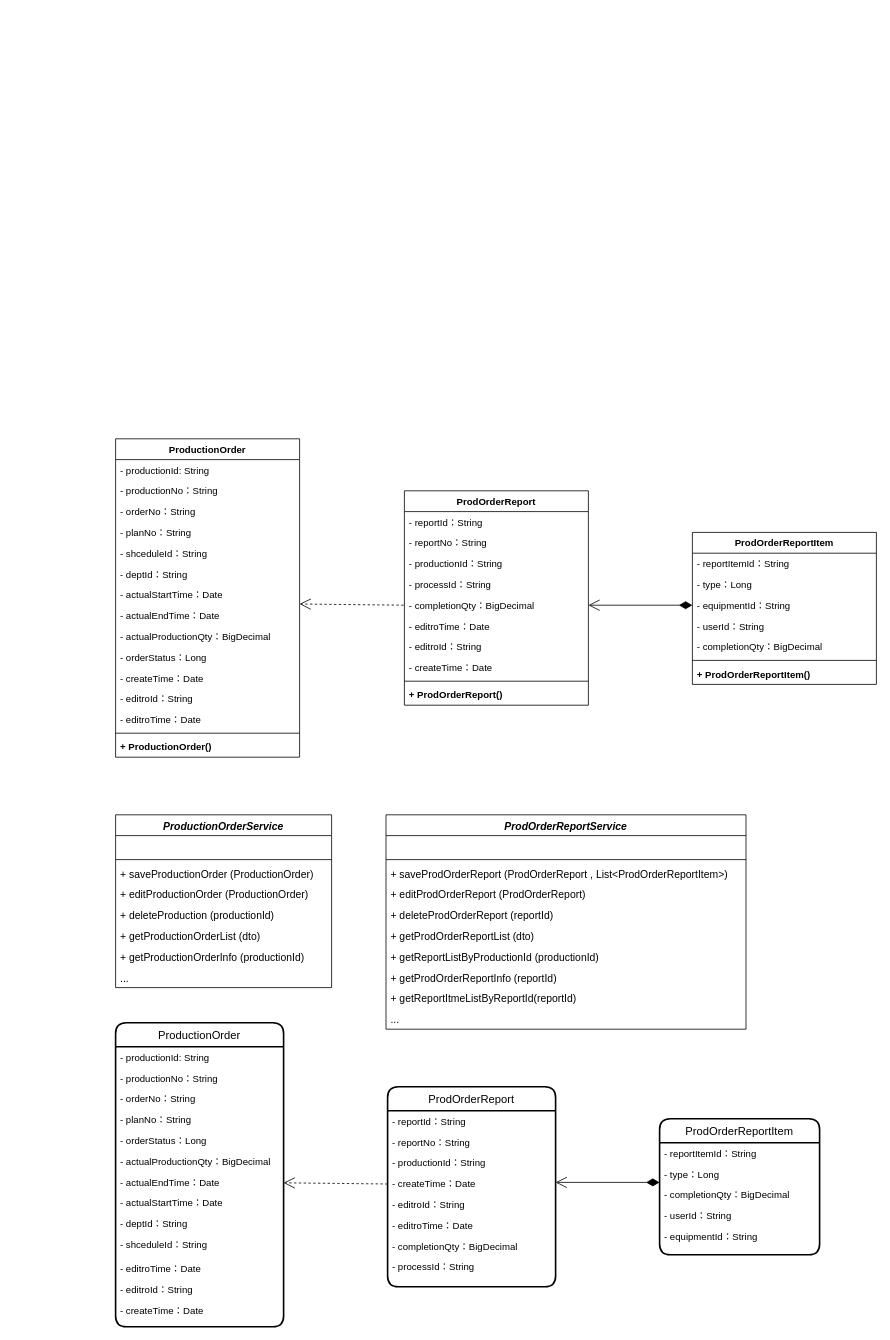
Above: page "领料单" (1 of 4) of 类图.drawio in KNAI-I/test (draw.io), before the change. Source tidied: cells renumbered, new cells numbered last; positions are measured from the earlier drawing's top-left corner, leaving out a move shared by most shapes. Both pictures are drawn from the tidied source at 80%, with x=0, y=0 at pixel (115, 438).
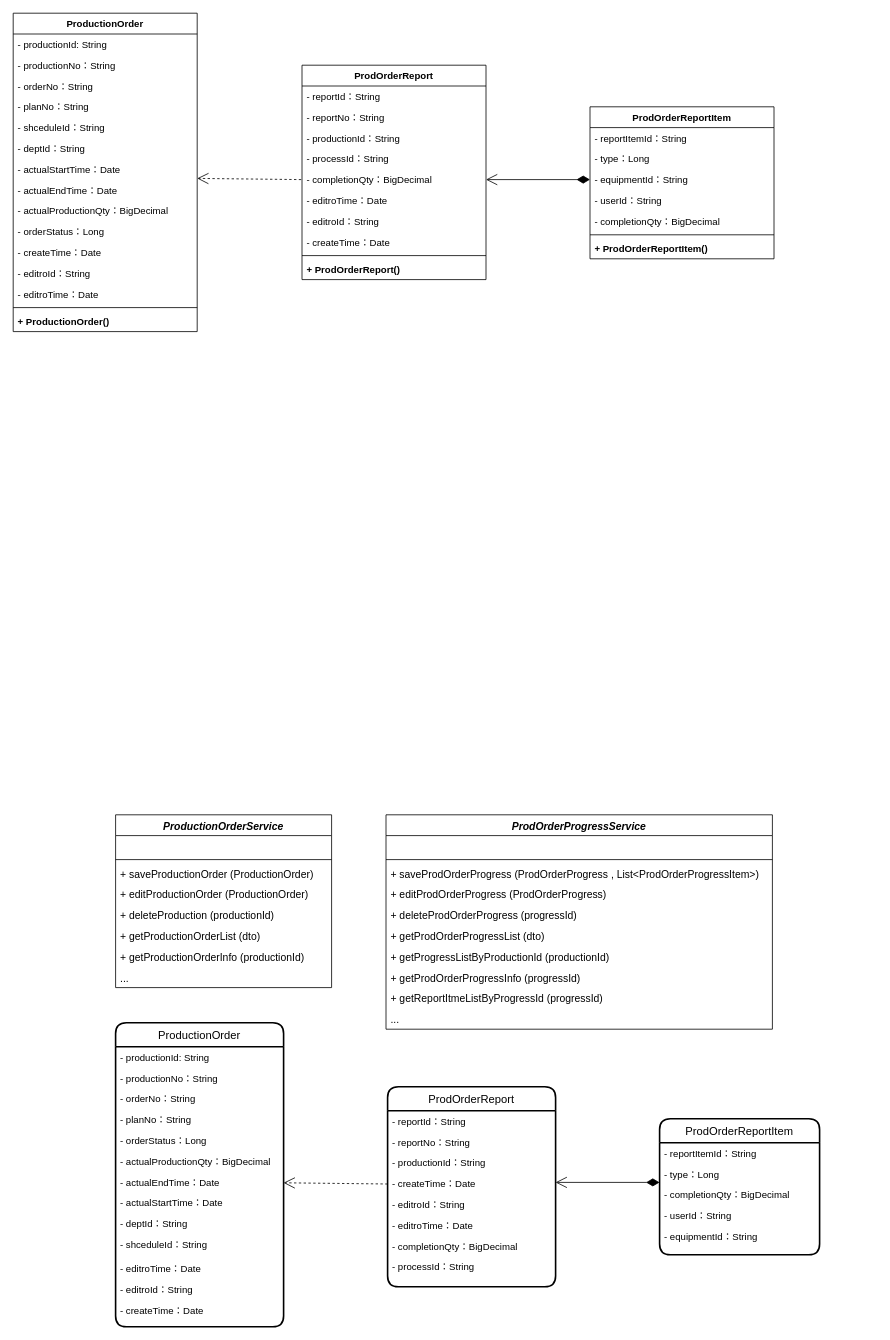
Above is the later version.

Change to the diagram source:
```diff
@@
     <mxCell id="2" value="ProductionOrder" style="swimlane;fontStyle=1;align=center;verticalAlign=top;horizontal=1;startSize=26;" parent="1" vertex="1">
-      <mxGeometry width="230" height="398" as="geometry" />
+      <mxGeometry x="-128" y="-532" width="230" height="398" as="geometry" />
     </mxCell>
@@
     <mxCell id="18" value="ProdOrderReport" style="swimlane;fontStyle=1;align=center;verticalAlign=top;horizontal=1;startSize=26;" parent="1" vertex="1">
-      <mxGeometry x="361" y="65" width="230" height="268" as="geometry" />
+      <mxGeometry x="233" y="-467" width="230" height="268" as="geometry" />
     </mxCell>
@@
     <mxCell id="29" value="ProdOrderReportItem" style="swimlane;fontStyle=1;align=center;verticalAlign=top;horizontal=1;startSize=26;" parent="1" vertex="1">
-      <mxGeometry x="721" y="117" width="230" height="190" as="geometry" />
+      <mxGeometry x="593" y="-415" width="230" height="190" as="geometry" />
     </mxCell>
@@
     <mxCell id="38" style="endArrow=open;endSize=12;dashed=1;html=1;rounded=0;fontSize=13;" parent="1" edge="1">
       <mxGeometry x="0.08" y="-37" relative="1" as="geometry">
-        <mxPoint x="360" y="208" as="sourcePoint" />
-        <mxPoint x="230" y="206.5" as="targetPoint" />
+        <mxPoint x="232" y="-324" as="sourcePoint" />
+        <mxPoint x="102" y="-325.5" as="targetPoint" />
       </mxGeometry>
     </mxCell>
@@
-    <mxCell id="48" value="ProdOrderReportService" style="swimlane;fontStyle=3;align=center;verticalAlign=top;horizontal=1;startSize=26;fontSize=13;" parent="1" vertex="1">
-      <mxGeometry x="338" y="470" width="450" height="268" as="geometry" />
+    <mxCell id="48" value="ProdOrderProgressService" style="swimlane;fontStyle=3;align=center;verticalAlign=top;horizontal=1;startSize=26;fontSize=13;" parent="1" vertex="1">
+      <mxGeometry x="338" y="470" width="483" height="268" as="geometry" />
     </mxCell>
     <mxCell id="49" value=" " style="text;strokeColor=none;fillColor=none;align=left;verticalAlign=top;spacingLeft=4;spacingRight=4;overflow=hidden;fontSize=13;" parent="48" vertex="1">
-      <mxGeometry y="26" width="450" height="26" as="geometry" />
+      <mxGeometry y="26" width="483" height="26" as="geometry" />
     </mxCell>
     <mxCell id="50" style="line;strokeWidth=1;fillColor=none;align=left;verticalAlign=middle;spacingTop=-1;spacingLeft=3;spacingRight=3;labelPosition=right;fontSize=13;" parent="48" vertex="1">
-      <mxGeometry y="52" width="450" height="8" as="geometry" />
+      <mxGeometry y="52" width="483" height="8" as="geometry" />
     </mxCell>
-    <mxCell id="51" value="+ saveProdOrderReport (ProdOrderReport , List&lt;ProdOrderReportItem&gt;)" style="text;strokeColor=none;fillColor=none;align=left;verticalAlign=top;spacingLeft=4;spacingRight=4;overflow=hidden;fontSize=13;" parent="48" vertex="1">
-      <mxGeometry y="60" width="450" height="26" as="geometry" />
+    <mxCell id="51" value="+ saveProdOrderProgress (ProdOrderProgress , List&lt;ProdOrderProgressItem&gt;)" style="text;strokeColor=none;fillColor=none;align=left;verticalAlign=top;spacingLeft=4;spacingRight=4;overflow=hidden;fontSize=13;" parent="48" vertex="1">
+      <mxGeometry y="60" width="483" height="26" as="geometry" />
     </mxCell>
-    <mxCell id="52" value="+ editProdOrderReport (ProdOrderReport)" style="text;strokeColor=none;fillColor=none;align=left;verticalAlign=top;spacingLeft=4;spacingRight=4;overflow=hidden;fontSize=13;" parent="48" vertex="1">
-      <mxGeometry y="86" width="450" height="26" as="geometry" />
+    <mxCell id="52" value="+ editProdOrderProgress (ProdOrderProgress)" style="text;strokeColor=none;fillColor=none;align=left;verticalAlign=top;spacingLeft=4;spacingRight=4;overflow=hidden;fontSize=13;" parent="48" vertex="1">
+      <mxGeometry y="86" width="483" height="26" as="geometry" />
     </mxCell>
-    <mxCell id="53" value="+ deleteProdOrderReport (reportId)" style="text;strokeColor=none;fillColor=none;align=left;verticalAlign=top;spacingLeft=4;spacingRight=4;overflow=hidden;fontSize=13;" parent="48" vertex="1">
-      <mxGeometry y="112" width="450" height="26" as="geometry" />
+    <mxCell id="53" value="+ deleteProdOrderProgress (progressId)" style="text;strokeColor=none;fillColor=none;align=left;verticalAlign=top;spacingLeft=4;spacingRight=4;overflow=hidden;fontSize=13;" parent="48" vertex="1">
+      <mxGeometry y="112" width="483" height="26" as="geometry" />
     </mxCell>
-    <mxCell id="54" value="+ getProdOrderReportList (dto)" style="text;strokeColor=none;fillColor=none;align=left;verticalAlign=top;spacingLeft=4;spacingRight=4;overflow=hidden;fontSize=13;" parent="48" vertex="1">
-      <mxGeometry y="138" width="450" height="26" as="geometry" />
+    <mxCell id="54" value="+ getProdOrderProgressList (dto)" style="text;strokeColor=none;fillColor=none;align=left;verticalAlign=top;spacingLeft=4;spacingRight=4;overflow=hidden;fontSize=13;" parent="48" vertex="1">
+      <mxGeometry y="138" width="483" height="26" as="geometry" />
     </mxCell>
-    <mxCell id="55" value="+ getReportListByProductionId (productionId)" style="text;strokeColor=none;fillColor=none;align=left;verticalAlign=top;spacingLeft=4;spacingRight=4;overflow=hidden;fontSize=13;" parent="48" vertex="1">
-      <mxGeometry y="164" width="450" height="26" as="geometry" />
+    <mxCell id="55" value="+ getProgressListByProductionId (productionId)" style="text;strokeColor=none;fillColor=none;align=left;verticalAlign=top;spacingLeft=4;spacingRight=4;overflow=hidden;fontSize=13;" parent="48" vertex="1">
+      <mxGeometry y="164" width="483" height="26" as="geometry" />
     </mxCell>
-    <mxCell id="56" value="+ getProdOrderReportInfo (reportId)" style="text;strokeColor=none;fillColor=none;align=left;verticalAlign=top;spacingLeft=4;spacingRight=4;overflow=hidden;fontSize=13;" parent="48" vertex="1">
-      <mxGeometry y="190" width="450" height="26" as="geometry" />
+    <mxCell id="56" value="+ getProdOrderProgressInfo (progressId)" style="text;strokeColor=none;fillColor=none;align=left;verticalAlign=top;spacingLeft=4;spacingRight=4;overflow=hidden;fontSize=13;" parent="48" vertex="1">
+      <mxGeometry y="190" width="483" height="26" as="geometry" />
     </mxCell>
-    <mxCell id="57" value="+ getReportItmeListByReportId(reportId)" style="text;strokeColor=none;fillColor=none;align=left;verticalAlign=top;spacingLeft=4;spacingRight=4;overflow=hidden;fontSize=13;" parent="48" vertex="1">
-      <mxGeometry y="216" width="450" height="26" as="geometry" />
+    <mxCell id="57" value="+ getReportItmeListByProgressId (progressId)" style="text;strokeColor=none;fillColor=none;align=left;verticalAlign=top;spacingLeft=4;spacingRight=4;overflow=hidden;fontSize=13;" parent="48" vertex="1">
+      <mxGeometry y="216" width="483" height="26" as="geometry" />
     </mxCell>
     <mxCell id="58" value="..." style="text;strokeColor=none;fillColor=none;align=left;verticalAlign=top;spacingLeft=4;spacingRight=4;overflow=hidden;fontSize=13;" parent="48" vertex="1">
-      <mxGeometry y="242" width="450" height="26" as="geometry" />
+      <mxGeometry y="242" width="483" height="26" as="geometry" />
     </mxCell>
```
